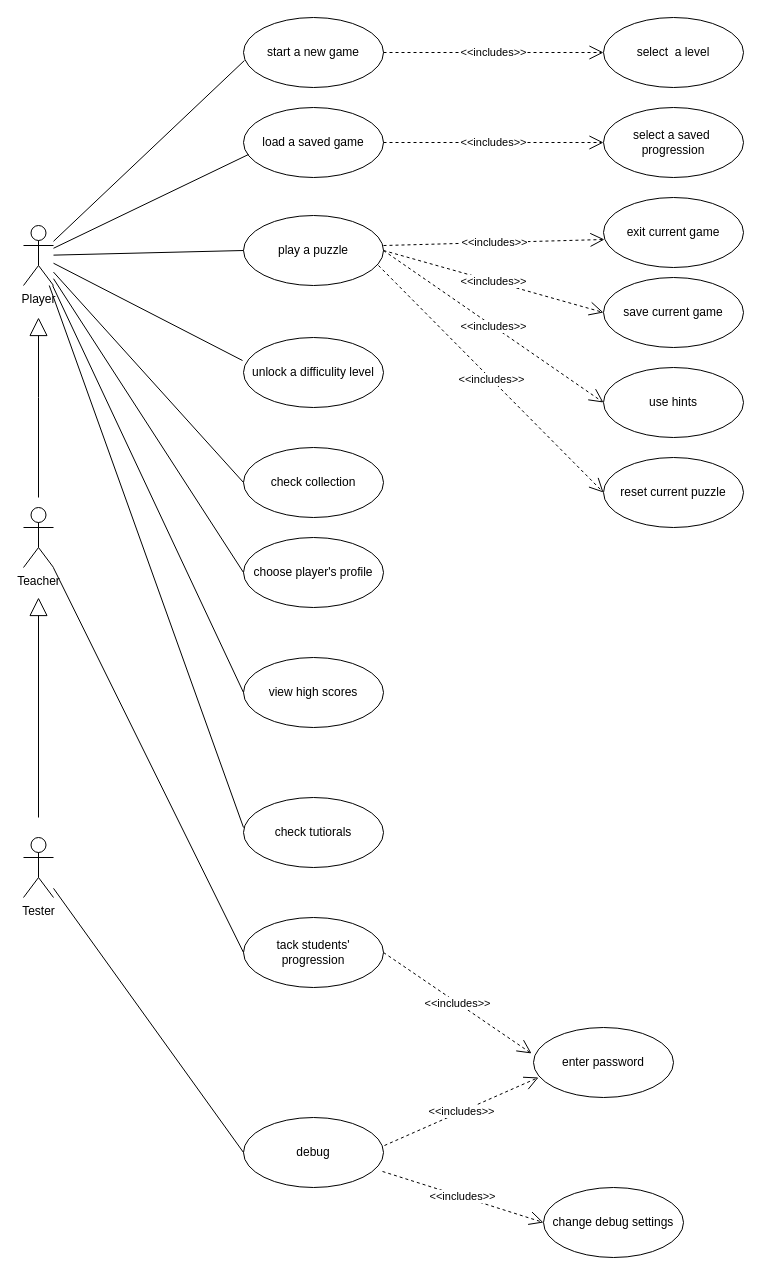
Above: 未命名绘图.drawio in maxinimize/uml (draw.io), before the change. Source tidied: cells renumbered, new cells numbered last; positions are measured from the earlier drawing's top-left corner, leaving out a move shared by most shapes. Both pictures are drawn from the tidied source at 100%, with x=0, y=0 at pixel (23, 17).
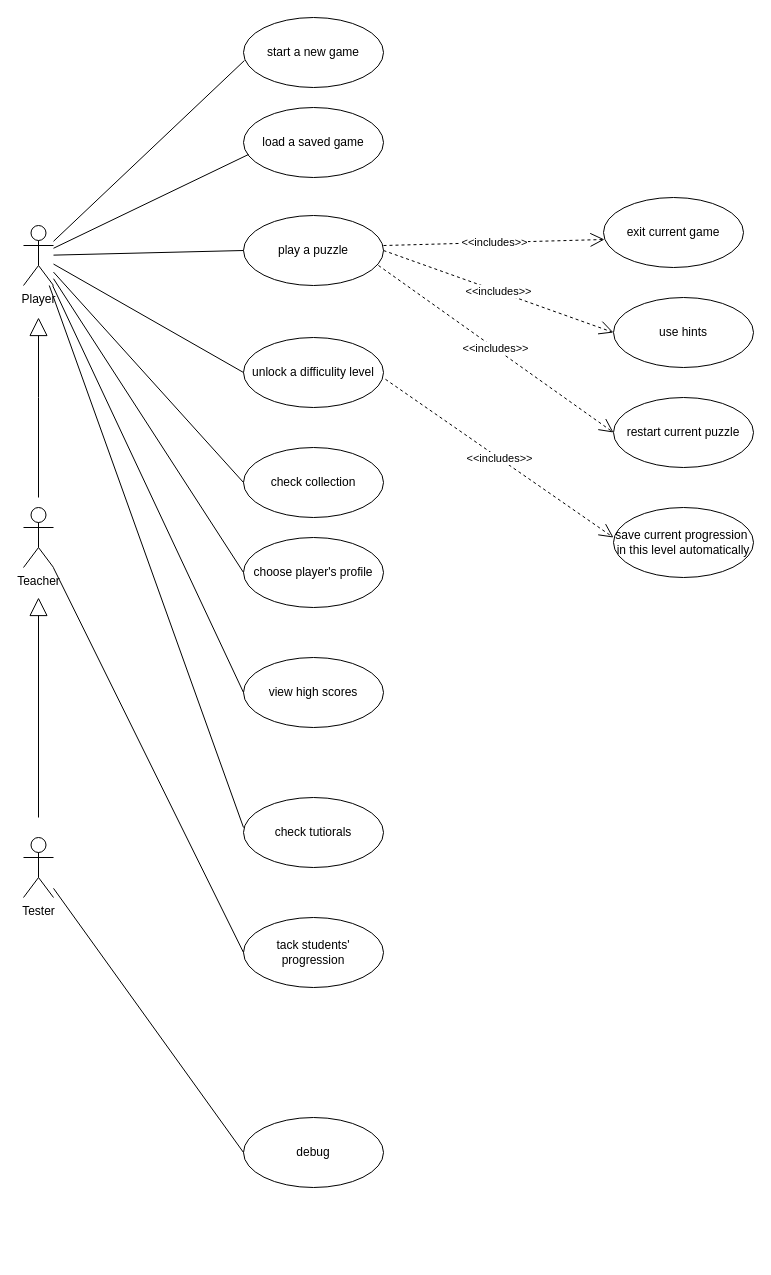
The same page after the edit.

Commit message:
更新未命名绘图.drawio

Unchanged cells that the change refers to:
```xml
<mxCell id="2" value="Player" style="shape=umlActor;verticalLabelPosition=bottom;verticalAlign=top;html=1;outlineConnect=0;" parent="1" vertex="1">
  <mxGeometry y="208" width="30" height="60" as="geometry" />
</mxCell>
<mxCell id="5" value="debug" style="ellipse;whiteSpace=wrap;html=1;" parent="1" vertex="1">
  <mxGeometry x="220" y="1100" width="140" height="70" as="geometry" />
</mxCell>
<mxCell id="7" value="start a new game" style="ellipse;whiteSpace=wrap;html=1;" parent="1" vertex="1">
  <mxGeometry x="220" width="140" height="70" as="geometry" />
</mxCell>
<mxCell id="8" value="load a saved game" style="ellipse;whiteSpace=wrap;html=1;" parent="1" vertex="1">
  <mxGeometry x="220" y="90" width="140" height="70" as="geometry" />
</mxCell>
<mxCell id="9" value="tack students' progression" style="ellipse;whiteSpace=wrap;html=1;" parent="1" vertex="1">
  <mxGeometry x="220" y="900" width="140" height="70" as="geometry" />
</mxCell>
<mxCell id="31" value="play a puzzle" style="ellipse;whiteSpace=wrap;html=1;" parent="1" vertex="1">
  <mxGeometry x="220" y="198" width="140" height="70" as="geometry" />
</mxCell>
<mxCell id="42" value="unlock a difficulity level" style="ellipse;whiteSpace=wrap;html=1;" parent="1" vertex="1">
  <mxGeometry x="220" y="320" width="140" height="70" as="geometry" />
</mxCell>
```

What changed in the source:
```diff
@@
-    <mxCell id="12" value="change debug settings" style="ellipse;whiteSpace=wrap;html=1;" parent="1" vertex="1">
-      <mxGeometry x="520" y="1170" width="140" height="70" as="geometry" />
-    </mxCell>
@@
-    <mxCell id="15" value="&amp;lt;&amp;lt;includes&amp;gt;&amp;gt;" style="endArrow=open;endSize=12;dashed=1;html=1;rounded=0;exitX=0.993;exitY=0.771;exitDx=0;exitDy=0;entryX=0;entryY=0.5;entryDx=0;entryDy=0;exitPerimeter=0;" parent="1" edge="1" source="5" target="12">
-      <mxGeometry relative="1" as="geometry" />
-    </mxCell>
-    <mxCell id="16" value="&amp;lt;&amp;lt;includes&amp;gt;&amp;gt;" style="endArrow=open;endSize=12;dashed=1;html=1;rounded=0;exitX=1;exitY=0.5;exitDx=0;exitDy=0;entryX=0;entryY=0.5;entryDx=0;entryDy=0;" parent="1" edge="1" source="7" target="28">
-      <mxGeometry relative="1" as="geometry" />
-    </mxCell>
-    <mxCell id="17" value="&amp;lt;&amp;lt;includes&amp;gt;&amp;gt;" style="endArrow=open;endSize=12;dashed=1;html=1;rounded=0;exitX=1;exitY=0.5;exitDx=0;exitDy=0;entryX=0;entryY=0.5;entryDx=0;entryDy=0;" parent="1" edge="1" source="8" target="29">
-      <mxGeometry relative="1" as="geometry" />
-    </mxCell>
-    <mxCell id="18" value="enter password" style="ellipse;whiteSpace=wrap;html=1;" parent="1" vertex="1">
-      <mxGeometry x="510" y="1010" width="140" height="70" as="geometry" />
-    </mxCell>
-    <mxCell id="19" value="&amp;lt;&amp;lt;includes&amp;gt;&amp;gt;" style="endArrow=open;endSize=12;dashed=1;html=1;rounded=0;exitX=1;exitY=0.5;exitDx=0;exitDy=0;entryX=-0.014;entryY=0.371;entryDx=0;entryDy=0;entryPerimeter=0;" parent="1" edge="1" source="9" target="18">
-      <mxGeometry relative="1" as="geometry" />
-    </mxCell>
@@
-    <mxCell id="28" value="select&amp;nbsp; a level" style="ellipse;whiteSpace=wrap;html=1;" parent="1" vertex="1">
-      <mxGeometry x="580" width="140" height="70" as="geometry" />
-    </mxCell>
-    <mxCell id="29" value="select a saved&amp;nbsp; progression" style="ellipse;whiteSpace=wrap;html=1;" parent="1" vertex="1">
-      <mxGeometry x="580" y="90" width="140" height="70" as="geometry" />
-    </mxCell>
@@
-    <mxCell id="34" value="save current game" style="ellipse;whiteSpace=wrap;html=1;" parent="1" vertex="1">
-      <mxGeometry x="580" y="260" width="140" height="70" as="geometry" />
-    </mxCell>
-    <mxCell id="35" value="&amp;lt;&amp;lt;includes&amp;gt;&amp;gt;" style="endArrow=open;endSize=12;dashed=1;html=1;rounded=0;exitX=1;exitY=0.5;exitDx=0;exitDy=0;entryX=0;entryY=0.5;entryDx=0;entryDy=0;" parent="1" edge="1" source="31" target="34">
-      <mxGeometry relative="1" as="geometry" />
-    </mxCell>
@@
     <mxCell id="37" value="use hints" style="ellipse;whiteSpace=wrap;html=1;" parent="1" vertex="1">
-      <mxGeometry x="580" y="350" width="140" height="70" as="geometry" />
+      <mxGeometry x="590" y="280" width="140" height="70" as="geometry" />
     </mxCell>
@@
-    <mxCell id="39" value="&amp;lt;&amp;lt;includes&amp;gt;&amp;gt;" style="endArrow=open;endSize=12;dashed=1;html=1;rounded=0;entryX=0.036;entryY=0.714;entryDx=0;entryDy=0;entryPerimeter=0;exitX=1.007;exitY=0.4;exitDx=0;exitDy=0;exitPerimeter=0;" parent="1" edge="1" source="5" target="18">
-      <mxGeometry relative="1" as="geometry" />
-    </mxCell>
-    <mxCell id="40" value="reset current puzzle" style="ellipse;whiteSpace=wrap;html=1;" parent="1" vertex="1">
-      <mxGeometry x="580" y="440" width="140" height="70" as="geometry" />
+    <mxCell id="40" value="restart current puzzle" style="ellipse;whiteSpace=wrap;html=1;" parent="1" vertex="1">
+      <mxGeometry x="590" y="380" width="140" height="70" as="geometry" />
     </mxCell>
@@
-    <mxCell id="43" style="endArrow=none;endSize=12;html=1;rounded=0;entryX=-0.007;entryY=0.329;entryDx=0;entryDy=0;endFill=0;entryPerimeter=0;" parent="1" edge="1" source="2" target="42">
+    <mxCell id="43" style="endArrow=none;endSize=12;html=1;rounded=0;entryX=0;entryY=0.5;entryDx=0;entryDy=0;endFill=0;" parent="1" edge="1" source="2" target="42">
       <mxGeometry relative="1" as="geometry" />
     </mxCell>
+    <mxCell id="44" value="save current progression&amp;nbsp; in this level automatically" style="ellipse;whiteSpace=wrap;html=1;" parent="1" vertex="1">
+      <mxGeometry x="590" y="490" width="140" height="70" as="geometry" />
+    </mxCell>
+    <mxCell id="45" value="&amp;lt;&amp;lt;includes&amp;gt;&amp;gt;" style="endArrow=open;endSize=12;dashed=1;html=1;rounded=0;entryX=0;entryY=0.429;entryDx=0;entryDy=0;exitX=1.014;exitY=0.597;exitDx=0;exitDy=0;exitPerimeter=0;entryPerimeter=0;" parent="1" edge="1" source="42" target="44">
+      <mxGeometry relative="1" as="geometry" />
+    </mxCell>
```
